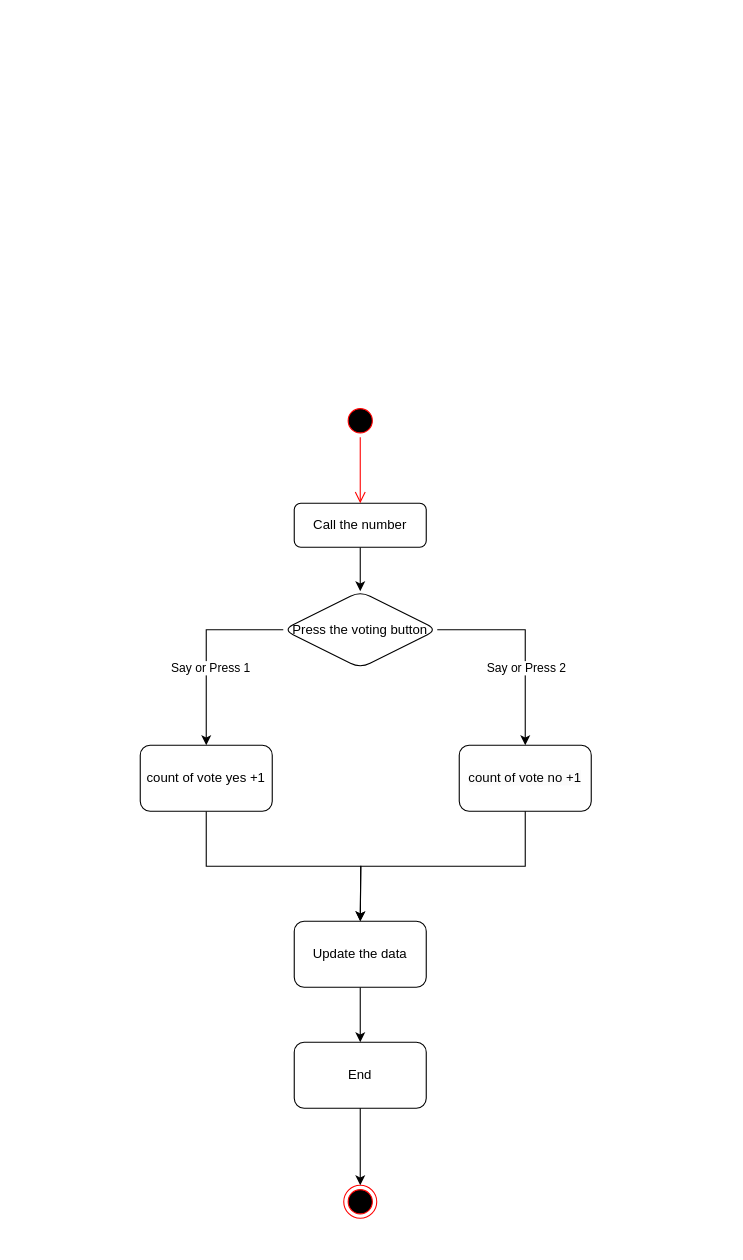
Before: vote service.drawio in Kryst4lskyxx/group8, a draw.io diagram. Source tidied: cells renumbered, new cells numbered last; positions are measured from the earlier drawing's top-left corner, leaving out a move shared by most shapes. Both pictures are drawn from the tidied source at 110%, with x=0, y=0 at pixel (140, 404).
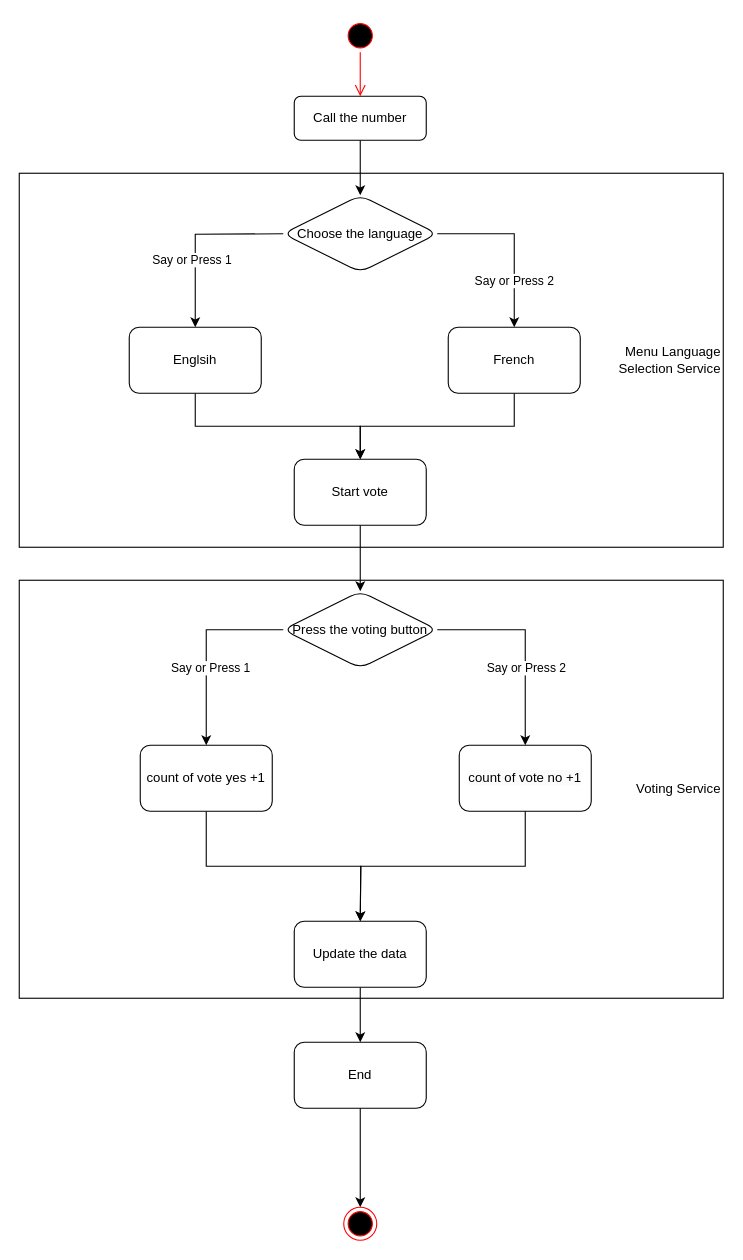
After the change.

The change refers to these unchanged cells:
```xml
<mxCell id="8" value="Press the voting button" style="rhombus;whiteSpace=wrap;html=1;rounded=1;glass=0;strokeWidth=1;shadow=0;" parent="1" vertex="1">
  <mxGeometry x="130" y="170" width="140" height="70" as="geometry" />
</mxCell>
<mxCell id="14" value="End" style="whiteSpace=wrap;html=1;rounded=1;glass=0;strokeWidth=1;shadow=0;" parent="1" vertex="1">
  <mxGeometry x="140" y="580" width="120" height="60" as="geometry" />
</mxCell>
```

The edit, as a diff of the source:
```diff
@@
-    <mxCell id="2" style="edgeStyle=orthogonalEdgeStyle;rounded=0;jettySize=auto;html=1;" parent="1" edge="1" source="3" target="8">
-      <mxGeometry relative="1" as="geometry" />
-    </mxCell>
+    <mxCell id="20" value="&amp;nbsp;Voting&amp;nbsp;Service" style="rounded=0;whiteSpace=wrap;html=1;align=right;" parent="1" vertex="1">
+      <mxGeometry x="-110" y="160" width="640" height="380" as="geometry" />
+    </mxCell>
+    <mxCell id="21" value="&amp;nbsp;Menu Language&lt;br&gt;Selection Service" style="rounded=0;whiteSpace=wrap;html=1;align=right;" parent="1" vertex="1">
+      <mxGeometry x="-110" y="-210" width="640" height="340" as="geometry" />
+    </mxCell>
+    <mxCell id="22" style="edgeStyle=orthogonalEdgeStyle;rounded=0;jettySize=auto;html=1;" parent="1" edge="1" source="3" target="27">
+      <mxGeometry relative="1" as="geometry" />
+    </mxCell>
     <mxCell id="3" value="Call the number" style="rounded=1;whiteSpace=wrap;html=1;fontSize=12;glass=0;strokeWidth=1;shadow=0;" parent="1" vertex="1">
-      <mxGeometry x="140" y="90" width="120" height="40" as="geometry" />
+      <mxGeometry x="140" y="-280" width="120" height="40" as="geometry" />
     </mxCell>
@@
     <mxCell id="15" style="ellipse;html=1;shape=startState;fillColor=#000000;strokeColor=#ff0000;" parent="1" vertex="1">
-      <mxGeometry x="185" width="30" height="30" as="geometry" />
+      <mxGeometry x="185" y="-350" width="30" height="30" as="geometry" />
     </mxCell>
@@
     <mxCell id="17" style="ellipse;html=1;shape=endState;fillColor=#000000;strokeColor=#ff0000;" parent="1" vertex="1">
-      <mxGeometry x="185" y="710" width="30" height="30" as="geometry" />
+      <mxGeometry x="185" y="730" width="30" height="30" as="geometry" />
     </mxCell>
-    <mxCell id="18" style="endArrow=classic;html=1;rounded=0;exitX=0.5;exitY=1;exitDx=0;exitDy=0;entryX=0.5;entryY=0;entryDx=0;entryDy=0;" parent="1" edge="1" source="14" target="17">
-      <mxGeometry relative="1" as="geometry" />
+    <mxCell id="18" style="endArrow=classic;html=1;rounded=0;exitX=0.5;exitY=1;exitDx=0;exitDy=0;entryX=0.5;entryY=0;entryDx=0;entryDy=0;" parent="1" edge="1" source="14">
+      <mxGeometry relative="1" as="geometry">
+        <mxPoint x="200" y="730" as="targetPoint" />
+      </mxGeometry>
     </mxCell>
@@
+    <mxCell id="23" style="edgeStyle=orthogonalEdgeStyle;rounded=0;jettySize=auto;html=1;" parent="1" edge="1" target="29">
+      <mxGeometry relative="1" as="geometry">
+        <mxPoint x="130" y="-155" as="sourcePoint" />
+      </mxGeometry>
+    </mxCell>
+    <mxCell id="24" value="Say or Press 1" style="edgeLabel;html=1;align=center;verticalAlign=middle;" parent="23" vertex="1">
+      <mxGeometry x="0.25" y="-4" relative="1" as="geometry" />
+    </mxCell>
+    <mxCell id="25" style="edgeStyle=orthogonalEdgeStyle;rounded=0;jettySize=auto;html=1;" parent="1" edge="1" source="27" target="31">
+      <mxGeometry relative="1" as="geometry" />
+    </mxCell>
+    <mxCell id="26" value="Say or Press 2" style="edgeLabel;html=1;align=center;verticalAlign=middle;" parent="25" vertex="1">
+      <mxGeometry x="0.44" y="-1" relative="1" as="geometry" />
+    </mxCell>
+    <mxCell id="27" value="Choose the language" style="rhombus;whiteSpace=wrap;html=1;rounded=1;glass=0;strokeWidth=1;shadow=0;" parent="1" vertex="1">
+      <mxGeometry x="130" y="-190" width="140" height="70" as="geometry" />
+    </mxCell>
+    <mxCell id="28" style="edgeStyle=orthogonalEdgeStyle;rounded=0;jettySize=auto;html=1;exitX=0.5;exitY=1;exitDx=0;exitDy=0;" parent="1" edge="1" source="29" target="33">
+      <mxGeometry relative="1" as="geometry" />
+    </mxCell>
+    <mxCell id="29" value="Englsih" style="whiteSpace=wrap;html=1;rounded=1;glass=0;strokeWidth=1;shadow=0;" parent="1" vertex="1">
+      <mxGeometry x="-10" y="-70" width="120" height="60" as="geometry" />
+    </mxCell>
+    <mxCell id="30" style="edgeStyle=orthogonalEdgeStyle;rounded=0;jettySize=auto;html=1;entryX=0.5;entryY=0;entryDx=0;entryDy=0;exitX=0.5;exitY=1;exitDx=0;exitDy=0;" parent="1" edge="1" source="31" target="33">
+      <mxGeometry relative="1" as="geometry" />
+    </mxCell>
+    <mxCell id="31" value="French" style="whiteSpace=wrap;html=1;rounded=1;glass=0;strokeWidth=1;shadow=0;" parent="1" vertex="1">
+      <mxGeometry x="280" y="-70" width="120" height="60" as="geometry" />
+    </mxCell>
+    <mxCell id="32" style="edgeStyle=orthogonalEdgeStyle;rounded=0;jettySize=auto;html=1;" parent="1" edge="1" source="33" target="8">
+      <mxGeometry relative="1" as="geometry" />
+    </mxCell>
+    <mxCell id="33" value="Start vote" style="whiteSpace=wrap;html=1;rounded=1;glass=0;strokeWidth=1;shadow=0;" parent="1" vertex="1">
+      <mxGeometry x="140" y="50" width="120" height="60" as="geometry" />
+    </mxCell>
```
